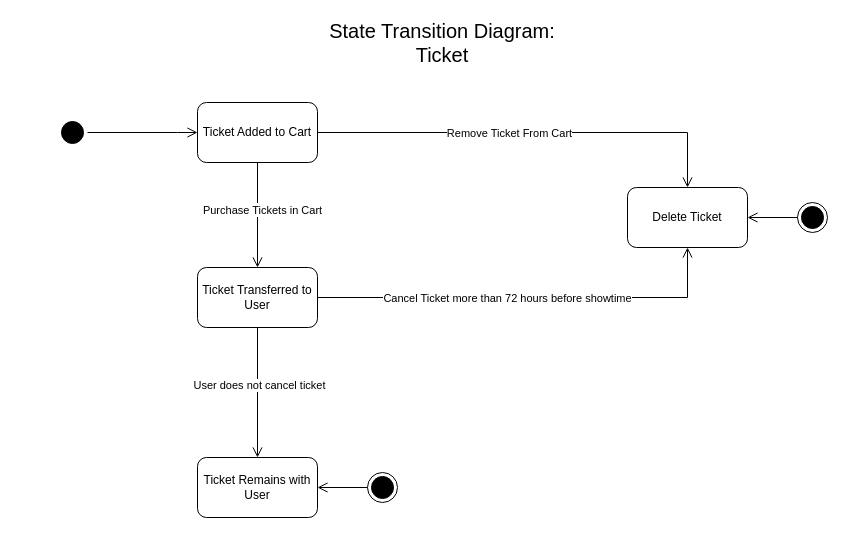
Above: State Transition Diagram - Ticket.drawio in AcmePlexApp/documents (draw.io), before the change. Source tidied: cells renumbered, new cells numbered last; positions are measured from the earlier drawing's top-left corner, leaving out a move shared by most shapes. Both pictures are drawn from the tidied source at 100%, with x=0, y=0 at pixel (57, 17).
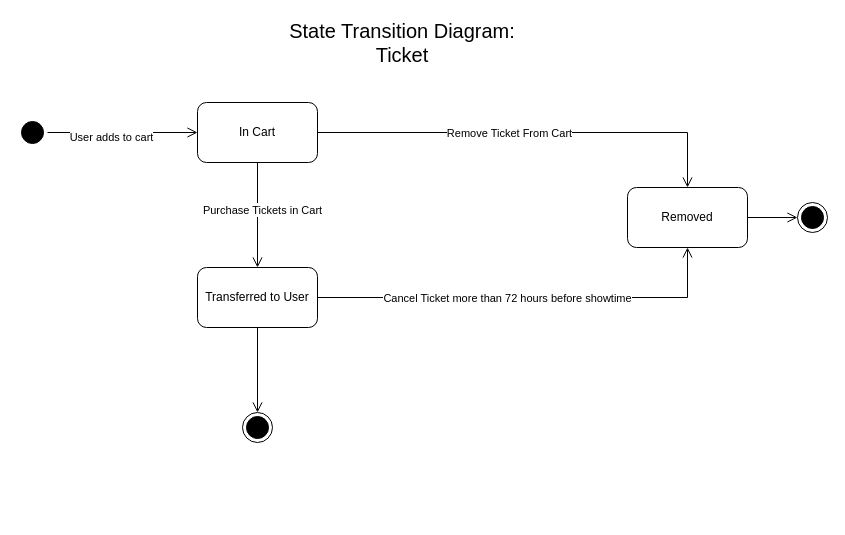
The same page after the edit.

Unchanged cells that the change refers to:
```xml
<mxCell id="8" style="ellipse;html=1;shape=endState;fillColor=#000000;strokeColor=#000000;" parent="1" vertex="1">
  <mxGeometry x="740" y="185" width="30" height="30" as="geometry" />
</mxCell>
```

What changed in the source:
```diff
@@
-    <mxCell id="2" value="Ticket Added to Cart" style="rounded=1;whiteSpace=wrap;html=1;" parent="1" vertex="1">
+    <mxCell id="2" value="In Cart" style="rounded=1;whiteSpace=wrap;html=1;" parent="1" vertex="1">
       <mxGeometry x="140" y="85" width="120" height="60" as="geometry" />
     </mxCell>
     <mxCell id="3" style="ellipse;html=1;shape=startState;fillColor=#000000;strokeColor=#000000;" parent="1" vertex="1">
-      <mxGeometry y="100" width="30" height="30" as="geometry" />
+      <mxGeometry x="-40" y="100" width="30" height="30" as="geometry" />
     </mxCell>
     <mxCell id="4" style="edgeStyle=orthogonalEdgeStyle;html=1;verticalAlign=bottom;endArrow=open;endSize=8;strokeColor=#000000;rounded=0;entryX=0;entryY=0.5;entryDx=0;entryDy=0;" parent="1" edge="1" source="3" target="2">
       <mxGeometry relative="1" as="geometry">
         <Array as="points">
-          <mxPoint x="120" y="115" />
-          <mxPoint x="120" y="115" />
+          <mxPoint x="80" y="115" />
+          <mxPoint x="80" y="115" />
         </Array>
       </mxGeometry>
     </mxCell>
+    <mxCell id="22" value="User adds to cart" style="edgeLabel;html=1;align=center;verticalAlign=middle;" parent="4" vertex="1">
+      <mxGeometry x="-0.16" y="-4" relative="1" as="geometry" />
+    </mxCell>
-    <mxCell id="5" value="Ticket Transferred to User" style="rounded=1;whiteSpace=wrap;html=1;" parent="1" vertex="1">
+    <mxCell id="5" value="Transferred to User" style="rounded=1;whiteSpace=wrap;html=1;" parent="1" vertex="1">
       <mxGeometry x="140" y="250" width="120" height="60" as="geometry" />
     </mxCell>
-    <mxCell id="6" value="Delete Ticket" style="rounded=1;whiteSpace=wrap;html=1;" parent="1" vertex="1">
+    <mxCell id="6" value="Removed" style="rounded=1;whiteSpace=wrap;html=1;" parent="1" vertex="1">
       <mxGeometry x="570" y="170" width="120" height="60" as="geometry" />
     </mxCell>
-    <mxCell id="7" style="edgeStyle=orthogonalEdgeStyle;rounded=0;jettySize=auto;html=1;endArrow=open;endFill=0;endSize=8;" parent="1" edge="1" source="8" target="6">
+    <mxCell id="7" style="edgeStyle=orthogonalEdgeStyle;rounded=0;jettySize=auto;html=1;endArrow=open;endFill=0;endSize=8;exitX=1;exitY=0.5;exitDx=0;exitDy=0;entryX=0;entryY=0.5;entryDx=0;entryDy=0;" parent="1" edge="1" source="6" target="8">
       <mxGeometry relative="1" as="geometry" />
     </mxCell>
@@
-    <mxCell id="16" value="Ticket Remains with User" style="rounded=1;whiteSpace=wrap;html=1;" parent="1" vertex="1">
-      <mxGeometry x="140" y="440" width="120" height="60" as="geometry" />
-    </mxCell>
-    <mxCell id="17" style="edgeStyle=orthogonalEdgeStyle;html=1;verticalAlign=bottom;endArrow=open;endSize=8;strokeColor=#000000;rounded=0;entryX=0.5;entryY=0;entryDx=0;entryDy=0;exitX=0.5;exitY=1;exitDx=0;exitDy=0;" parent="1" edge="1" source="5" target="16">
-      <mxGeometry relative="1" as="geometry" />
-    </mxCell>
-    <mxCell id="18" value="User does not cancel ticket" style="edgeLabel;html=1;align=center;verticalAlign=middle;" parent="17" vertex="1">
-      <mxGeometry x="-0.13" y="1" relative="1" as="geometry" />
-    </mxCell>
-    <mxCell id="19" style="edgeStyle=orthogonalEdgeStyle;rounded=0;jettySize=auto;html=1;endArrow=open;endFill=0;endSize=8;entryX=1;entryY=0.5;entryDx=0;entryDy=0;" parent="1" edge="1" source="20" target="16">
+    <mxCell id="19" style="edgeStyle=orthogonalEdgeStyle;rounded=0;jettySize=auto;html=1;endArrow=open;endFill=0;endSize=8;entryX=0.5;entryY=0;entryDx=0;entryDy=0;exitX=0.5;exitY=1;exitDx=0;exitDy=0;" parent="1" edge="1" source="5" target="20">
       <mxGeometry relative="1" as="geometry" />
     </mxCell>
     <mxCell id="20" style="ellipse;html=1;shape=endState;fillColor=#000000;strokeColor=#000000;" parent="1" vertex="1">
-      <mxGeometry x="310" y="455" width="30" height="30" as="geometry" />
+      <mxGeometry x="185" y="395" width="30" height="30" as="geometry" />
     </mxCell>
     <mxCell id="21" value="&lt;font style=&quot;font-size: 20px;&quot;&gt;State Transition Diagram: Ticket&lt;/font&gt;" style="text;html=1;align=center;verticalAlign=middle;whiteSpace=wrap;rounded=0;" parent="1" vertex="1">
-      <mxGeometry x="260" width="250" height="50" as="geometry" />
+      <mxGeometry x="220" width="250" height="50" as="geometry" />
     </mxCell>
```
